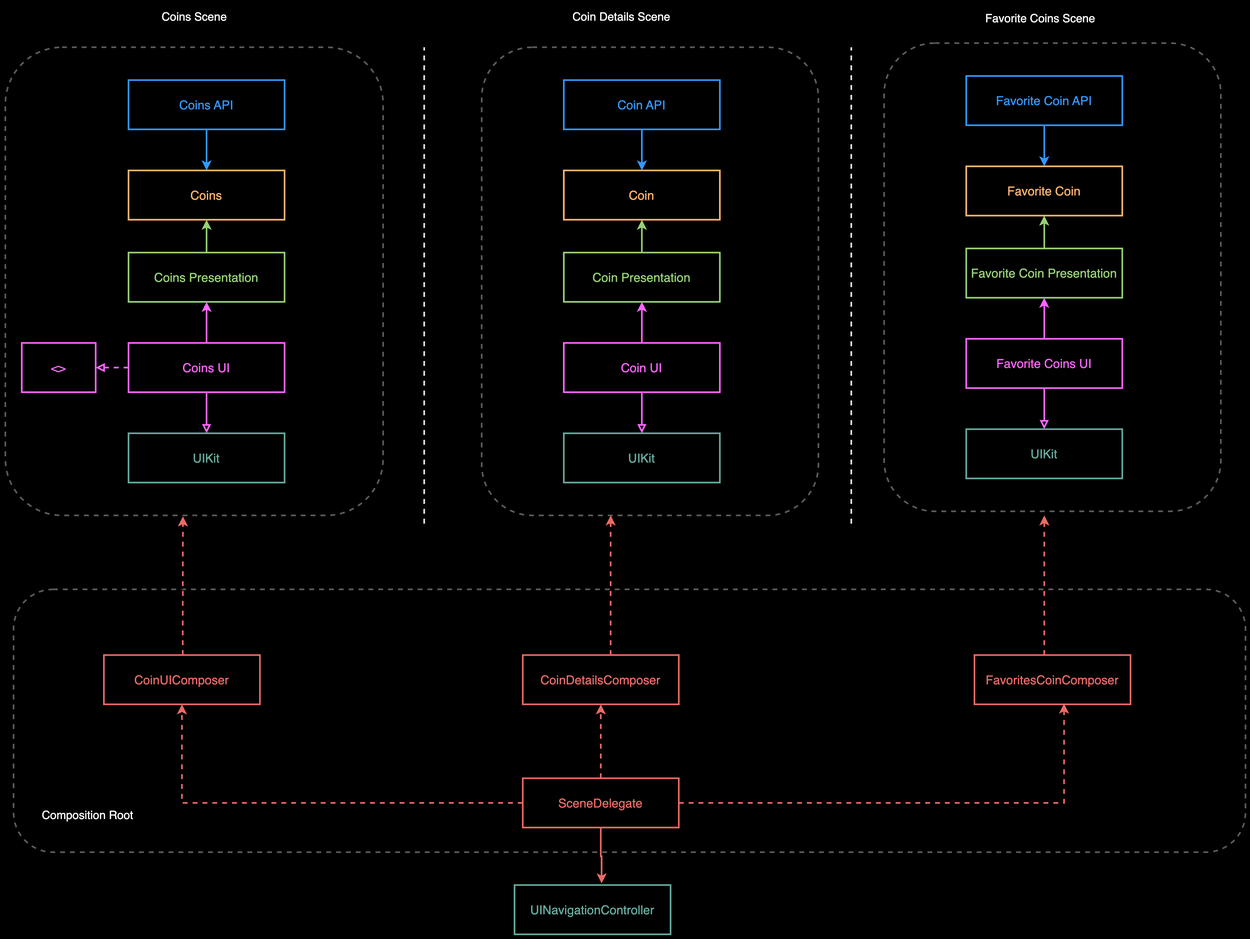
gtsofa/CryptoCoin keeps this draw.io diagram as complete-architecture.png. Above is the earlier version. Source tidied: cells renumbered, new cells last; positions are measured from the earlier drawing's top-left corner, leaving out a move shared by most shapes.
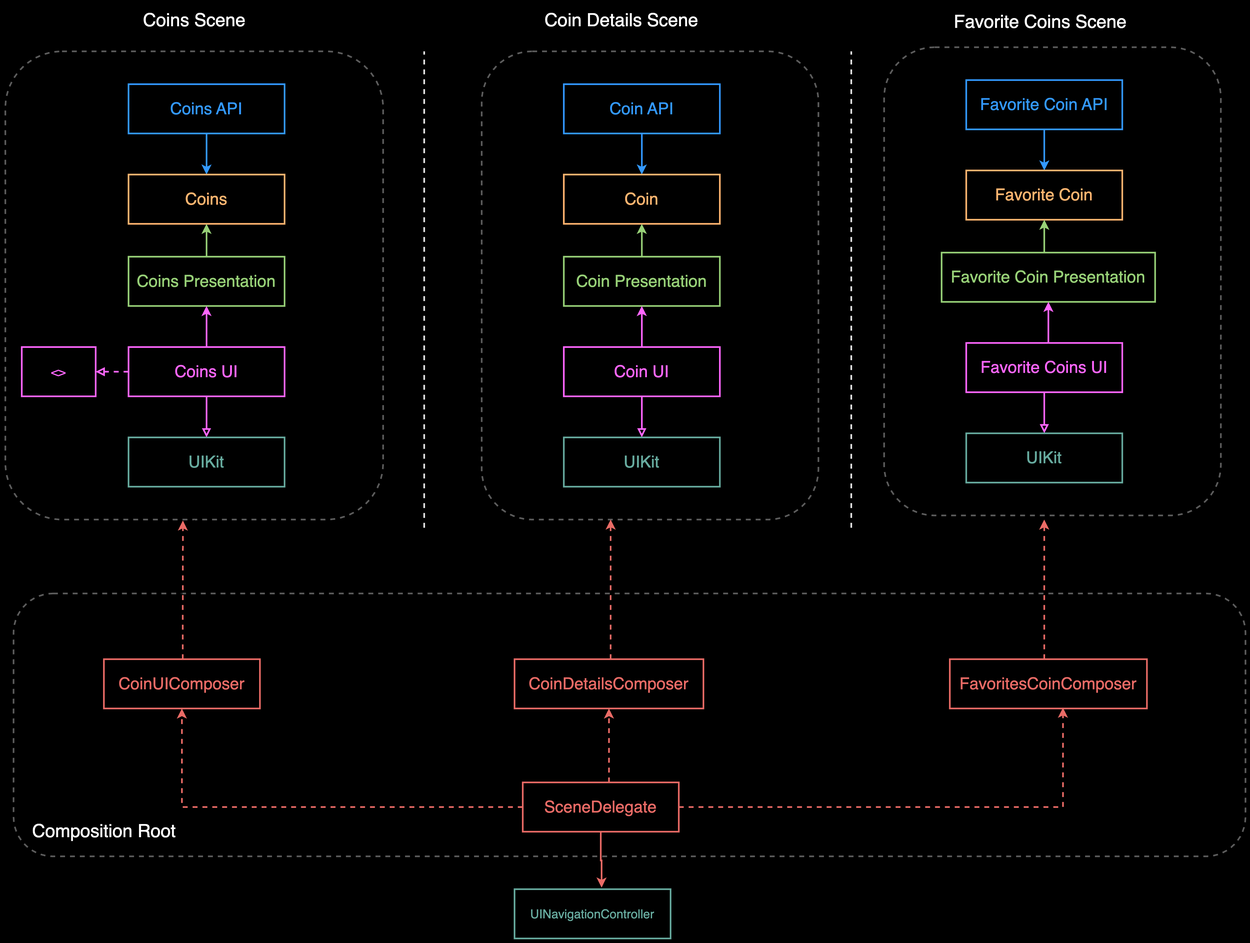
The same diagram one commit later.

What changed in the source:
```diff
@@ -8,16 +8,16 @@
     <mxCell id="3" style="edgeStyle=orthogonalEdgeStyle;rounded=0;jettySize=auto;html=1;entryX=0.5;entryY=0;entryDx=0;entryDy=0;strokeWidth=2;strokeColor=#3399FF;" parent="1" edge="1" source="4" target="5">
       <mxGeometry relative="1" as="geometry" />
     </mxCell>
-    <mxCell id="4" value="&lt;font style=&quot;font-size: 15px; color: rgb(51, 153, 255);&quot;&gt;Coins API&lt;/font&gt;" style="rounded=0;whiteSpace=wrap;html=1;strokeColor=#3399FF;strokeWidth=2;fillColor=#000000;" parent="1" vertex="1">
+    <mxCell id="4" value="&lt;font style=&quot;color: rgb(51, 153, 255); font-size: 20px;&quot;&gt;Coins API&lt;/font&gt;" style="rounded=0;whiteSpace=wrap;html=1;strokeColor=#3399FF;strokeWidth=2;fillColor=#000000;" parent="1" vertex="1">
       <mxGeometry x="150" y="92" width="190" height="60" as="geometry" />
     </mxCell>
-    <mxCell id="5" value="&lt;font style=&quot;font-size: 15px; color: rgb(255, 181, 112);&quot;&gt;Coins&lt;/font&gt;" style="rounded=0;whiteSpace=wrap;html=1;strokeColor=#FFB570;strokeWidth=2;fillColor=#000000;" parent="1" vertex="1">
+    <mxCell id="5" value="&lt;font style=&quot;color: rgb(255, 181, 112); font-size: 20px;&quot;&gt;Coins&lt;/font&gt;" style="rounded=0;whiteSpace=wrap;html=1;strokeColor=#FFB570;strokeWidth=2;fillColor=#000000;" parent="1" vertex="1">
       <mxGeometry x="150" y="202" width="190" height="60" as="geometry" />
     </mxCell>
     <mxCell id="6" style="edgeStyle=orthogonalEdgeStyle;rounded=0;jettySize=auto;html=1;entryX=0.5;entryY=1;entryDx=0;entryDy=0;strokeColor=#97D077;strokeWidth=2;" parent="1" edge="1" source="7" target="5">
       <mxGeometry relative="1" as="geometry" />
     </mxCell>
-    <mxCell id="7" value="&lt;font style=&quot;font-size: 15px; color: rgb(151, 208, 119);&quot;&gt;Coins Presentation&lt;/font&gt;" style="rounded=0;whiteSpace=wrap;html=1;strokeColor=#97D077;strokeWidth=2;fillColor=#000000;" parent="1" vertex="1">
+    <mxCell id="7" value="&lt;font style=&quot;color: rgb(151, 208, 119); font-size: 20px;&quot;&gt;Coins Presentation&lt;/font&gt;" style="rounded=0;whiteSpace=wrap;html=1;strokeColor=#97D077;strokeWidth=2;fillColor=#000000;" parent="1" vertex="1">
       <mxGeometry x="150" y="302" width="190" height="60" as="geometry" />
     </mxCell>
     <mxCell id="8" style="edgeStyle=orthogonalEdgeStyle;rounded=0;jettySize=auto;html=1;entryX=0.5;entryY=1;entryDx=0;entryDy=0;strokeColor=#FF66FF;strokeWidth=2;" parent="1" edge="1" source="12" target="7">
@@ -32,10 +32,10 @@
     <mxCell id="11" style="edgeStyle=orthogonalEdgeStyle;rounded=0;jettySize=auto;html=1;entryX=1;entryY=0.5;entryDx=0;entryDy=0;strokeWidth=2;strokeColor=#FF66FF;endArrow=block;endFill=0;dashed=1;" parent="1" edge="1" source="12" target="40">
       <mxGeometry relative="1" as="geometry" />
     </mxCell>
-    <mxCell id="12" value="&lt;font style=&quot;color: rgb(255, 102, 255); font-size: 15px;&quot;&gt;Coins UI&lt;/font&gt;" style="rounded=0;whiteSpace=wrap;html=1;strokeWidth=2;strokeColor=#FF66FF;fillColor=#000000;" parent="1" vertex="1">
+    <mxCell id="12" value="&lt;font style=&quot;color: rgb(255, 102, 255); font-size: 20px;&quot;&gt;Coins UI&lt;/font&gt;" style="rounded=0;whiteSpace=wrap;html=1;strokeWidth=2;strokeColor=#FF66FF;fillColor=#000000;" parent="1" vertex="1">
       <mxGeometry x="150" y="412" width="190" height="60" as="geometry" />
     </mxCell>
-    <mxCell id="13" value="&lt;font style=&quot;color: rgb(103, 171, 159); font-size: 15px;&quot;&gt;UIKit&lt;/font&gt;" style="rounded=0;whiteSpace=wrap;html=1;strokeColor=#67AB9F;strokeWidth=2;fillColor=#000000;" parent="1" vertex="1">
+    <mxCell id="13" value="&lt;font style=&quot;color: rgb(103, 171, 159); font-size: 20px;&quot;&gt;UIKit&lt;/font&gt;" style="rounded=0;whiteSpace=wrap;html=1;strokeColor=#67AB9F;strokeWidth=2;fillColor=#000000;" parent="1" vertex="1">
       <mxGeometry x="150" y="522" width="190" height="60" as="geometry" />
     </mxCell>
     <mxCell id="14" style="rounded=1;whiteSpace=wrap;html=1;fillColor=#000000;dashed=1;strokeWidth=2;opacity=40;strokeColor=#E6E6E6;" parent="1" vertex="1">
@@ -44,16 +44,16 @@
     <mxCell id="15" style="edgeStyle=orthogonalEdgeStyle;rounded=0;jettySize=auto;html=1;entryX=0.5;entryY=0;entryDx=0;entryDy=0;strokeWidth=2;strokeColor=#3399FF;" parent="1" edge="1" source="16" target="17">
       <mxGeometry relative="1" as="geometry" />
     </mxCell>
-    <mxCell id="16" value="&lt;font style=&quot;font-size: 15px; color: rgb(51, 153, 255);&quot;&gt;Coin API&lt;/font&gt;" style="rounded=0;whiteSpace=wrap;html=1;strokeColor=#3399FF;strokeWidth=2;fillColor=#000000;" parent="1" vertex="1">
+    <mxCell id="16" value="&lt;font style=&quot;color: rgb(51, 153, 255); font-size: 20px;&quot;&gt;Coin API&lt;/font&gt;" style="rounded=0;whiteSpace=wrap;html=1;strokeColor=#3399FF;strokeWidth=2;fillColor=#000000;" parent="1" vertex="1">
       <mxGeometry x="680" y="92" width="190" height="60" as="geometry" />
     </mxCell>
-    <mxCell id="17" value="&lt;font style=&quot;font-size: 15px; color: rgb(255, 181, 112);&quot;&gt;Coin&lt;/font&gt;" style="rounded=0;whiteSpace=wrap;html=1;strokeColor=#FFB570;strokeWidth=2;fillColor=#000000;" parent="1" vertex="1">
+    <mxCell id="17" value="&lt;font style=&quot;color: rgb(255, 181, 112); font-size: 20px;&quot;&gt;Coin&lt;/font&gt;" style="rounded=0;whiteSpace=wrap;html=1;strokeColor=#FFB570;strokeWidth=2;fillColor=#000000;" parent="1" vertex="1">
       <mxGeometry x="680" y="202" width="190" height="60" as="geometry" />
     </mxCell>
     <mxCell id="18" style="edgeStyle=orthogonalEdgeStyle;rounded=0;jettySize=auto;html=1;entryX=0.5;entryY=1;entryDx=0;entryDy=0;strokeColor=#97D077;strokeWidth=2;" parent="1" edge="1" source="19" target="17">
       <mxGeometry relative="1" as="geometry" />
     </mxCell>
-    <mxCell id="19" value="&lt;font style=&quot;font-size: 15px; color: rgb(151, 208, 119);&quot;&gt;Coin Presentation&lt;/font&gt;" style="rounded=0;whiteSpace=wrap;html=1;strokeColor=#97D077;strokeWidth=2;fillColor=#000000;" parent="1" vertex="1">
+    <mxCell id="19" value="&lt;font style=&quot;color: rgb(151, 208, 119); font-size: 20px;&quot;&gt;Coin Presentation&lt;/font&gt;" style="rounded=0;whiteSpace=wrap;html=1;strokeColor=#97D077;strokeWidth=2;fillColor=#000000;" parent="1" vertex="1">
       <mxGeometry x="680" y="302" width="190" height="60" as="geometry" />
     </mxCell>
     <mxCell id="20" style="edgeStyle=orthogonalEdgeStyle;rounded=0;jettySize=auto;html=1;entryX=0.5;entryY=1;entryDx=0;entryDy=0;strokeColor=#FF66FF;strokeWidth=2;" parent="1" edge="1" source="22" target="19">
@@ -62,10 +62,10 @@
     <mxCell id="21" style="edgeStyle=orthogonalEdgeStyle;rounded=0;jettySize=auto;html=1;entryX=0.5;entryY=0;entryDx=0;entryDy=0;strokeWidth=2;strokeColor=#FF66FF;endArrow=block;endFill=0;" parent="1" edge="1" source="22" target="23">
       <mxGeometry relative="1" as="geometry" />
     </mxCell>
-    <mxCell id="22" value="&lt;font style=&quot;color: rgb(255, 102, 255); font-size: 15px;&quot;&gt;Coin UI&lt;/font&gt;" style="rounded=0;whiteSpace=wrap;html=1;strokeWidth=2;strokeColor=#FF66FF;fillColor=#000000;" parent="1" vertex="1">
+    <mxCell id="22" value="&lt;font style=&quot;color: rgb(255, 102, 255); font-size: 20px;&quot;&gt;Coin UI&lt;/font&gt;" style="rounded=0;whiteSpace=wrap;html=1;strokeWidth=2;strokeColor=#FF66FF;fillColor=#000000;" parent="1" vertex="1">
       <mxGeometry x="680" y="412" width="190" height="60" as="geometry" />
     </mxCell>
-    <mxCell id="23" value="&lt;font style=&quot;color: rgb(103, 171, 159); font-size: 15px;&quot;&gt;UIKit&lt;/font&gt;" style="rounded=0;whiteSpace=wrap;html=1;strokeColor=#67AB9F;strokeWidth=2;fillColor=#000000;" parent="1" vertex="1">
+    <mxCell id="23" value="&lt;font style=&quot;color: rgb(103, 171, 159); font-size: 20px;&quot;&gt;UIKit&lt;/font&gt;" style="rounded=0;whiteSpace=wrap;html=1;strokeColor=#67AB9F;strokeWidth=2;fillColor=#000000;" parent="1" vertex="1">
       <mxGeometry x="680" y="522" width="190" height="60" as="geometry" />
     </mxCell>
     <mxCell id="24" style="rounded=1;whiteSpace=wrap;html=1;fillColor=#000000;dashed=1;strokeWidth=2;opacity=40;strokeColor=#E6E6E6;" parent="1" vertex="1">
@@ -74,38 +74,48 @@
     <mxCell id="25" style="edgeStyle=orthogonalEdgeStyle;rounded=0;jettySize=auto;html=1;entryX=0.5;entryY=0;entryDx=0;entryDy=0;strokeWidth=2;strokeColor=#3399FF;" parent="1" edge="1" source="26" target="27">
       <mxGeometry relative="1" as="geometry" />
     </mxCell>
-    <mxCell id="26" value="&lt;font style=&quot;font-size: 15px; color: rgb(51, 153, 255);&quot;&gt;Favorite Coin API&lt;/font&gt;" style="rounded=0;whiteSpace=wrap;html=1;strokeColor=#3399FF;strokeWidth=2;fillColor=#000000;" parent="1" vertex="1">
+    <mxCell id="26" value="&lt;font style=&quot;color: rgb(51, 153, 255); font-size: 20px;&quot;&gt;Favorite Coin API&lt;/font&gt;" style="rounded=0;whiteSpace=wrap;html=1;strokeColor=#3399FF;strokeWidth=2;fillColor=#000000;" parent="1" vertex="1">
       <mxGeometry x="1170" y="87" width="190" height="60" as="geometry" />
     </mxCell>
-    <mxCell id="27" value="&lt;font style=&quot;font-size: 15px; color: rgb(255, 181, 112);&quot;&gt;Favorite Coin&lt;/font&gt;" style="rounded=0;whiteSpace=wrap;html=1;strokeColor=#FFB570;strokeWidth=2;fillColor=#000000;" parent="1" vertex="1">
+    <mxCell id="27" value="&lt;font style=&quot;color: rgb(255, 181, 112); font-size: 20px;&quot;&gt;Favorite Coin&lt;/font&gt;" style="rounded=0;whiteSpace=wrap;html=1;strokeColor=#FFB570;strokeWidth=2;fillColor=#000000;" parent="1" vertex="1">
       <mxGeometry x="1170" y="197" width="190" height="60" as="geometry" />
     </mxCell>
     <mxCell id="28" style="edgeStyle=orthogonalEdgeStyle;rounded=0;jettySize=auto;html=1;entryX=0.5;entryY=1;entryDx=0;entryDy=0;strokeColor=#97D077;strokeWidth=2;" parent="1" edge="1" source="29" target="27">
-      <mxGeometry relative="1" as="geometry" />
+      <mxGeometry relative="1" as="geometry">
+        <Array as="points">
+          <mxPoint x="1265" y="292" />
+          <mxPoint x="1265" y="292" />
+        </Array>
+      </mxGeometry>
     </mxCell>
-    <mxCell id="29" value="&lt;font style=&quot;font-size: 15px; color: rgb(151, 208, 119);&quot;&gt;Favorite Coin Presentation&lt;/font&gt;" style="rounded=0;whiteSpace=wrap;html=1;strokeColor=#97D077;strokeWidth=2;fillColor=#000000;" parent="1" vertex="1">
-      <mxGeometry x="1170" y="297" width="190" height="60" as="geometry" />
+    <mxCell id="29" value="&lt;font style=&quot;color: rgb(151, 208, 119); font-size: 20px;&quot;&gt;Favorite Coin Presentation&lt;/font&gt;" style="rounded=0;whiteSpace=wrap;html=1;strokeColor=#97D077;strokeWidth=2;fillColor=#000000;" parent="1" vertex="1">
+      <mxGeometry x="1140" y="297" width="260" height="60" as="geometry" />
     </mxCell>
     <mxCell id="30" style="edgeStyle=orthogonalEdgeStyle;rounded=0;jettySize=auto;html=1;entryX=0.5;entryY=1;entryDx=0;entryDy=0;strokeColor=#FF66FF;strokeWidth=2;" parent="1" edge="1" source="32" target="29">
-      <mxGeometry relative="1" as="geometry" />
+      <mxGeometry relative="1" as="geometry">
+        <Array as="points">
+          <mxPoint x="1270" y="392" />
+          <mxPoint x="1270" y="392" />
+        </Array>
+      </mxGeometry>
     </mxCell>
     <mxCell id="31" style="edgeStyle=orthogonalEdgeStyle;rounded=0;jettySize=auto;html=1;entryX=0.5;entryY=0;entryDx=0;entryDy=0;strokeWidth=2;strokeColor=#FF66FF;endArrow=block;endFill=0;" parent="1" edge="1" source="32" target="33">
       <mxGeometry relative="1" as="geometry" />
     </mxCell>
-    <mxCell id="32" value="&lt;font style=&quot;color: rgb(255, 102, 255); font-size: 15px;&quot;&gt;Favorite Coins UI&lt;/font&gt;" style="rounded=0;whiteSpace=wrap;html=1;strokeWidth=2;strokeColor=#FF66FF;fillColor=#000000;" parent="1" vertex="1">
+    <mxCell id="32" value="&lt;font style=&quot;color: rgb(255, 102, 255); font-size: 20px;&quot;&gt;Favorite Coins UI&lt;/font&gt;" style="rounded=0;whiteSpace=wrap;html=1;strokeWidth=2;strokeColor=#FF66FF;fillColor=#000000;" parent="1" vertex="1">
       <mxGeometry x="1170" y="407" width="190" height="60" as="geometry" />
     </mxCell>
-    <mxCell id="33" value="&lt;font style=&quot;color: rgb(103, 171, 159); font-size: 15px;&quot;&gt;UIKit&lt;/font&gt;" style="rounded=0;whiteSpace=wrap;html=1;strokeColor=#67AB9F;strokeWidth=2;fillColor=#000000;" parent="1" vertex="1">
+    <mxCell id="33" value="&lt;font style=&quot;color: rgb(103, 171, 159); font-size: 20px;&quot;&gt;UIKit&lt;/font&gt;" style="rounded=0;whiteSpace=wrap;html=1;strokeColor=#67AB9F;strokeWidth=2;fillColor=#000000;" parent="1" vertex="1">
       <mxGeometry x="1170" y="517" width="190" height="60" as="geometry" />
     </mxCell>
-    <mxCell id="34" value="&lt;span style=&quot;color: rgb(255, 255, 255); font-size: 14px;&quot;&gt;Coins Scene&lt;/span&gt;" style="text;html=1;align=center;verticalAlign=middle;strokeColor=none;fillColor=none;" parent="1" vertex="1">
-      <mxGeometry x="180" width="100" height="30" as="geometry" />
+    <mxCell id="34" value="&lt;span style=&quot;color: rgb(255, 255, 255);&quot;&gt;&lt;font style=&quot;font-size: 22px;&quot;&gt;Coins Scene&lt;/font&gt;&lt;/span&gt;" style="text;html=1;align=center;verticalAlign=middle;strokeColor=none;fillColor=none;" parent="1" vertex="1">
+      <mxGeometry x="155" y="-5" width="150" height="40" as="geometry" />
     </mxCell>
-    <mxCell id="35" value="&lt;font style=&quot;color: rgb(255, 255, 255); font-size: 14px;&quot;&gt;Coin Details Scene&lt;/font&gt;" style="text;html=1;align=center;verticalAlign=middle;strokeColor=none;fillColor=none;" parent="1" vertex="1">
-      <mxGeometry x="680" width="140" height="30" as="geometry" />
+    <mxCell id="35" value="&lt;font style=&quot;color: rgb(255, 255, 255); font-size: 22px;&quot;&gt;Coin Details Scene&lt;/font&gt;" style="text;html=1;align=center;verticalAlign=middle;strokeColor=none;fillColor=none;" parent="1" vertex="1">
+      <mxGeometry x="645" y="-5" width="210" height="40" as="geometry" />
     </mxCell>
-    <mxCell id="36" value="&lt;font style=&quot;color: rgb(255, 255, 255); font-size: 14px;&quot;&gt;Favorite Coins Scene&lt;/font&gt;" style="text;html=1;align=center;verticalAlign=middle;strokeColor=none;fillColor=none;" parent="1" vertex="1">
-      <mxGeometry x="1180" y="2" width="160" height="30" as="geometry" />
+    <mxCell id="36" value="&lt;font style=&quot;color: rgb(255, 255, 255); font-size: 22px;&quot;&gt;Favorite Coins Scene&lt;/font&gt;" style="text;html=1;align=center;verticalAlign=middle;strokeColor=none;fillColor=none;" parent="1" vertex="1">
+      <mxGeometry x="1145" y="-3" width="230" height="40" as="geometry" />
     </mxCell>
     <mxCell id="37" style="rounded=1;whiteSpace=wrap;html=1;fillColor=#000000;dashed=1;strokeWidth=2;opacity=40;strokeColor=#E6E6E6;" parent="1" vertex="1">
       <mxGeometry x="10" y="712" width="1500" height="320" as="geometry" />
@@ -131,7 +141,7 @@
     <mxCell id="42" style="edgeStyle=orthogonalEdgeStyle;rounded=0;jettySize=auto;html=1;" parent="1" edge="1" source="43" target="2">
       <mxGeometry relative="1" as="geometry" />
     </mxCell>
-    <mxCell id="43" value="&lt;font style=&quot;font-size: 15px; color: rgb(234, 107, 102);&quot;&gt;CoinUIComposer&lt;/font&gt;" style="rounded=0;whiteSpace=wrap;html=1;strokeColor=#EA6B66;strokeWidth=2;fillColor=#000000;" parent="1" vertex="1">
+    <mxCell id="43" value="&lt;font style=&quot;color: rgb(234, 107, 102); font-size: 20px;&quot;&gt;CoinUIComposer&lt;/font&gt;" style="rounded=0;whiteSpace=wrap;html=1;strokeColor=#EA6B66;strokeWidth=2;fillColor=#000000;" parent="1" vertex="1">
       <mxGeometry x="120" y="792" width="190" height="60" as="geometry" />
     </mxCell>
     <mxCell id="44" style="edgeStyle=orthogonalEdgeStyle;rounded=0;jettySize=auto;html=1;entryX=0.47;entryY=1.002;entryDx=0;entryDy=0;entryPerimeter=0;strokeColor=#EA6B66;strokeWidth=2;dashed=1;" parent="1" edge="1" source="43" target="2">
@@ -142,8 +152,8 @@
         </Array>
       </mxGeometry>
     </mxCell>
-    <mxCell id="45" value="&lt;font style=&quot;font-size: 15px; color: rgb(234, 107, 102);&quot;&gt;CoinDetailsComposer&lt;/font&gt;" style="rounded=0;whiteSpace=wrap;html=1;strokeColor=#EA6B66;strokeWidth=2;fillColor=#000000;" parent="1" vertex="1">
-      <mxGeometry x="630" y="792" width="190" height="60" as="geometry" />
+    <mxCell id="45" value="&lt;font style=&quot;color: rgb(234, 107, 102); font-size: 20px;&quot;&gt;CoinDetailsComposer&lt;/font&gt;" style="rounded=0;whiteSpace=wrap;html=1;strokeColor=#EA6B66;strokeWidth=2;fillColor=#000000;" parent="1" vertex="1">
+      <mxGeometry x="620" y="792" width="230" height="60" as="geometry" />
     </mxCell>
     <mxCell id="46" style="edgeStyle=orthogonalEdgeStyle;rounded=0;jettySize=auto;html=1;strokeColor=#EA6B66;strokeWidth=2;dashed=1;" parent="1" edge="1" source="47">
       <mxGeometry relative="1" as="geometry">
@@ -154,8 +164,8 @@
         </Array>
       </mxGeometry>
     </mxCell>
-    <mxCell id="47" value="&lt;font style=&quot;font-size: 15px; color: rgb(234, 107, 102);&quot;&gt;FavoritesCoinComposer&lt;/font&gt;" style="rounded=0;whiteSpace=wrap;html=1;strokeColor=#EA6B66;strokeWidth=2;fillColor=#000000;" parent="1" vertex="1">
-      <mxGeometry x="1180" y="792" width="190" height="60" as="geometry" />
+    <mxCell id="47" value="&lt;font style=&quot;color: rgb(234, 107, 102); font-size: 20px;&quot;&gt;FavoritesCoinComposer&lt;/font&gt;" style="rounded=0;whiteSpace=wrap;html=1;strokeColor=#EA6B66;strokeWidth=2;fillColor=#000000;" parent="1" vertex="1">
+      <mxGeometry x="1150" y="792" width="240" height="60" as="geometry" />
     </mxCell>
     <mxCell id="48" style="edgeStyle=orthogonalEdgeStyle;rounded=0;jettySize=auto;html=1;entryX=0.383;entryY=1;entryDx=0;entryDy=0;entryPerimeter=0;strokeColor=#EA6B66;strokeWidth=2;dashed=1;" parent="1" edge="1" source="45" target="14">
       <mxGeometry relative="1" as="geometry">
@@ -169,9 +179,14 @@
       <mxGeometry relative="1" as="geometry" />
     </mxCell>
     <mxCell id="50" style="edgeStyle=orthogonalEdgeStyle;rounded=0;jettySize=auto;html=1;entryX=0.5;entryY=1;entryDx=0;entryDy=0;strokeColor=#EA6B66;strokeWidth=2;dashed=1;" parent="1" edge="1" source="51" target="45">
-      <mxGeometry relative="1" as="geometry" />
+      <mxGeometry relative="1" as="geometry">
+        <Array as="points">
+          <mxPoint x="735" y="922" />
+          <mxPoint x="735" y="922" />
+        </Array>
+      </mxGeometry>
     </mxCell>
-    <mxCell id="51" value="&lt;font style=&quot;font-size: 15px; color: rgb(234, 107, 102);&quot;&gt;SceneDelegate&lt;/font&gt;" style="rounded=0;whiteSpace=wrap;html=1;strokeColor=#EA6B66;strokeWidth=2;fillColor=#000000;" parent="1" vertex="1">
+    <mxCell id="51" value="&lt;font style=&quot;color: rgb(234, 107, 102); font-size: 20px;&quot;&gt;SceneDelegate&lt;/font&gt;" style="rounded=0;whiteSpace=wrap;html=1;strokeColor=#EA6B66;strokeWidth=2;fillColor=#000000;" parent="1" vertex="1">
       <mxGeometry x="630" y="942" width="190" height="60" as="geometry" />
     </mxCell>
     <mxCell id="52" style="edgeStyle=orthogonalEdgeStyle;rounded=0;jettySize=auto;html=1;entryX=0.574;entryY=0.983;entryDx=0;entryDy=0;entryPerimeter=0;strokeColor=#EA6B66;strokeWidth=2;dashed=1;" parent="1" edge="1" source="51" target="47">
@@ -183,8 +198,8 @@
     <mxCell id="54" style="edgeStyle=orthogonalEdgeStyle;rounded=0;jettySize=auto;html=1;entryX=0.558;entryY=-0.033;entryDx=0;entryDy=0;entryPerimeter=0;strokeColor=#EA6B66;strokeWidth=2;" parent="1" edge="1" source="51" target="53">
       <mxGeometry relative="1" as="geometry" />
     </mxCell>
-    <mxCell id="55" value="&lt;span style=&quot;color: rgb(255, 255, 255); font-size: 14px;&quot;&gt;Composition Root&lt;/span&gt;" style="text;html=1;align=center;verticalAlign=middle;strokeColor=none;fillColor=none;" parent="1" vertex="1">
-      <mxGeometry x="35" y="972" width="130" height="30" as="geometry" />
+    <mxCell id="55" value="&lt;span style=&quot;color: rgb(255, 255, 255);&quot;&gt;&lt;font style=&quot;font-size: 22px;&quot;&gt;Composition Root&lt;/font&gt;&lt;/span&gt;" style="text;html=1;align=center;verticalAlign=middle;strokeColor=none;fillColor=none;" parent="1" vertex="1">
+      <mxGeometry x="20" y="982" width="200" height="40" as="geometry" />
     </mxCell>
   </root>
 </mxGraphModel>
```
